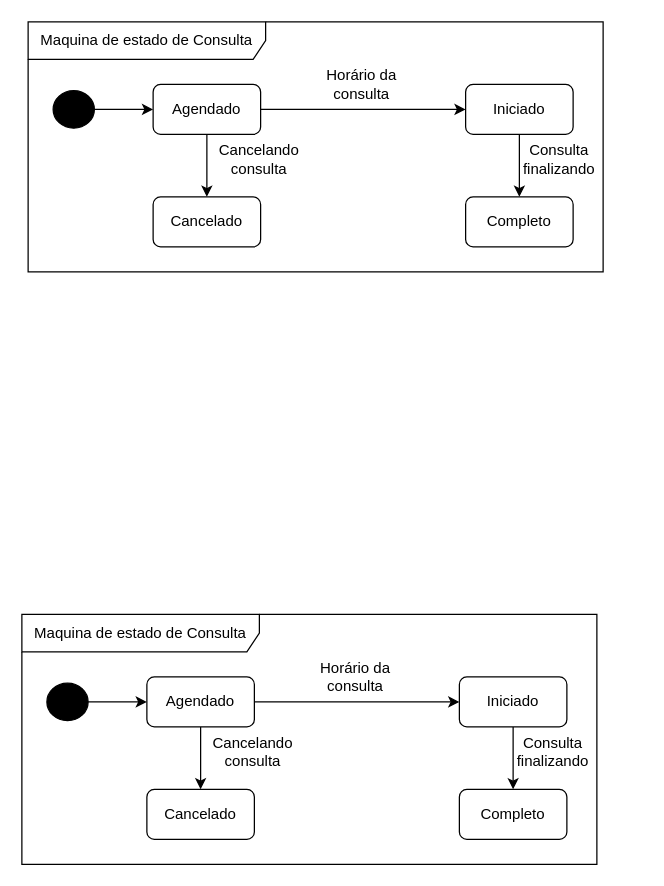
This is maquina-de-estado.drawio from brenojsilva/diagramas-es-1, a draw.io file, before an edit. Source tidied: cells renumbered, new cells numbered last; positions are measured from the earlier drawing's top-left corner, leaving out a move shared by most shapes. Both pictures are drawn from the tidied source at 125%, with x=0, y=0 at pixel (21, 21).
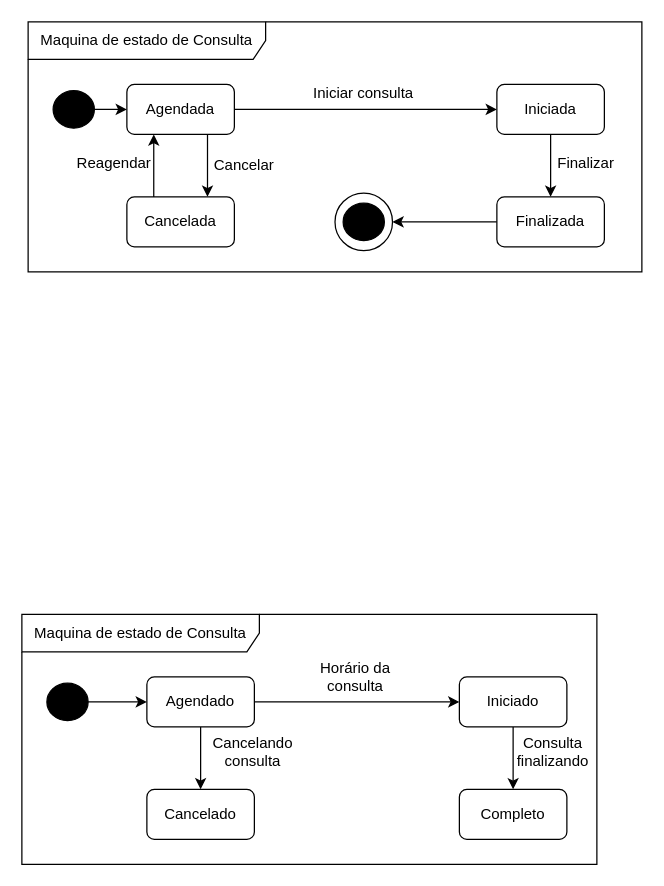
Above is the later version.

What changed in the source:
```diff
@@
     <mxCell id="15" value="Maquina de estado de Consulta" style="shape=umlFrame;whiteSpace=wrap;html=1;width=190;height=30;" parent="1" vertex="1">
-      <mxGeometry x="5" width="460" height="200" as="geometry" />
+      <mxGeometry x="5" width="491" height="200" as="geometry" />
     </mxCell>
@@
-    <mxCell id="17" style="edgeStyle=orthogonalEdgeStyle;rounded=0;jettySize=auto;html=1;entryX=0.5;entryY=0;entryDx=0;entryDy=0;" parent="1" edge="1" source="18" target="22">
-      <mxGeometry relative="1" as="geometry" />
+    <mxCell id="17" style="edgeStyle=orthogonalEdgeStyle;rounded=0;jettySize=auto;html=1;entryX=0.75;entryY=0;entryDx=0;entryDy=0;" parent="1" edge="1" source="18" target="22">
+      <mxGeometry relative="1" as="geometry">
+        <Array as="points">
+          <mxPoint x="149" y="115" />
+        </Array>
+      </mxGeometry>
     </mxCell>
-    <mxCell id="18" value="Agendado" style="rounded=1;whiteSpace=wrap;html=1;" parent="1" vertex="1">
-      <mxGeometry x="105" y="50" width="86" height="40" as="geometry" />
+    <mxCell id="18" value="Agendada" style="rounded=1;whiteSpace=wrap;html=1;" parent="1" vertex="1">
+      <mxGeometry x="84" y="50" width="86" height="40" as="geometry" />
     </mxCell>
@@
-    <mxCell id="20" value="Iniciado" style="rounded=1;whiteSpace=wrap;html=1;" parent="1" vertex="1">
-      <mxGeometry x="355" y="50" width="86" height="40" as="geometry" />
+    <mxCell id="20" value="Iniciada" style="rounded=1;whiteSpace=wrap;html=1;" parent="1" vertex="1">
+      <mxGeometry x="380" y="50" width="86" height="40" as="geometry" />
     </mxCell>
+    <mxCell id="28" style="edgeStyle=orthogonalEdgeStyle;rounded=0;jettySize=auto;html=1;entryX=1;entryY=0.5;entryDx=0;entryDy=0;" parent="1" edge="1" source="21" target="31">
+      <mxGeometry relative="1" as="geometry" />
+    </mxCell>
-    <mxCell id="21" value="Completo" style="rounded=1;whiteSpace=wrap;html=1;" parent="1" vertex="1">
-      <mxGeometry x="355" y="140" width="86" height="40" as="geometry" />
+    <mxCell id="21" value="Finalizada" style="rounded=1;whiteSpace=wrap;html=1;" parent="1" vertex="1">
+      <mxGeometry x="380" y="140" width="86" height="40" as="geometry" />
     </mxCell>
+    <mxCell id="29" style="edgeStyle=orthogonalEdgeStyle;rounded=0;jettySize=auto;html=1;entryX=0.25;entryY=1;entryDx=0;entryDy=0;" parent="1" edge="1" source="22" target="18">
+      <mxGeometry relative="1" as="geometry">
+        <Array as="points">
+          <mxPoint x="106" y="115" />
+        </Array>
+      </mxGeometry>
+    </mxCell>
-    <mxCell id="22" value="Cancelado" style="rounded=1;whiteSpace=wrap;html=1;" parent="1" vertex="1">
-      <mxGeometry x="105" y="140" width="86" height="40" as="geometry" />
+    <mxCell id="22" value="Cancelada" style="rounded=1;whiteSpace=wrap;html=1;" parent="1" vertex="1">
+      <mxGeometry x="84" y="140" width="86" height="40" as="geometry" />
     </mxCell>
@@
-    <mxCell id="25" value="Cancelando consulta" style="text;html=1;strokeColor=none;fillColor=none;align=center;verticalAlign=middle;whiteSpace=wrap;rounded=0;" parent="1" vertex="1">
-      <mxGeometry x="145" y="100" width="90" height="20" as="geometry" />
+    <mxCell id="25" value="Reagendar" style="text;html=1;strokeColor=none;fillColor=none;align=center;verticalAlign=middle;whiteSpace=wrap;rounded=0;" parent="1" vertex="1">
+      <mxGeometry x="43" y="103" width="62" height="20" as="geometry" />
     </mxCell>
-    <mxCell id="26" value="Horário da consulta" style="text;html=1;strokeColor=none;fillColor=none;align=center;verticalAlign=middle;whiteSpace=wrap;rounded=0;" parent="1" vertex="1">
-      <mxGeometry x="226.5" y="40" width="90" height="20" as="geometry" />
+    <mxCell id="26" value="Iniciar consulta" style="text;html=1;strokeColor=none;fillColor=none;align=center;verticalAlign=middle;whiteSpace=wrap;rounded=0;" parent="1" vertex="1">
+      <mxGeometry x="214.2" y="47" width="118.5" height="20" as="geometry" />
     </mxCell>
-    <mxCell id="27" value="Consulta finalizando" style="text;html=1;strokeColor=none;fillColor=none;align=center;verticalAlign=middle;whiteSpace=wrap;rounded=0;" parent="1" vertex="1">
-      <mxGeometry x="385" y="100" width="90" height="20" as="geometry" />
+    <mxCell id="27" value="Finalizar" style="text;html=1;strokeColor=none;fillColor=none;align=center;verticalAlign=middle;whiteSpace=wrap;rounded=0;" parent="1" vertex="1">
+      <mxGeometry x="421" y="103" width="61" height="20" as="geometry" />
     </mxCell>
+    <mxCell id="30" style="ellipse;whiteSpace=wrap;html=1;rounded=1;fillColor=#000000;" parent="1" vertex="1">
+      <mxGeometry x="257" y="145" width="33" height="30" as="geometry" />
+    </mxCell>
+    <mxCell id="31" style="ellipse;whiteSpace=wrap;html=1;rounded=1;fillColor=none;" parent="1" vertex="1">
+      <mxGeometry x="250.5" y="137" width="46" height="46" as="geometry" />
+    </mxCell>
+    <mxCell id="32" value="Cancelar" style="text;html=1;strokeColor=none;fillColor=none;align=center;verticalAlign=middle;whiteSpace=wrap;rounded=0;" parent="1" vertex="1">
+      <mxGeometry x="147" y="105" width="62" height="20" as="geometry" />
+    </mxCell>
```
